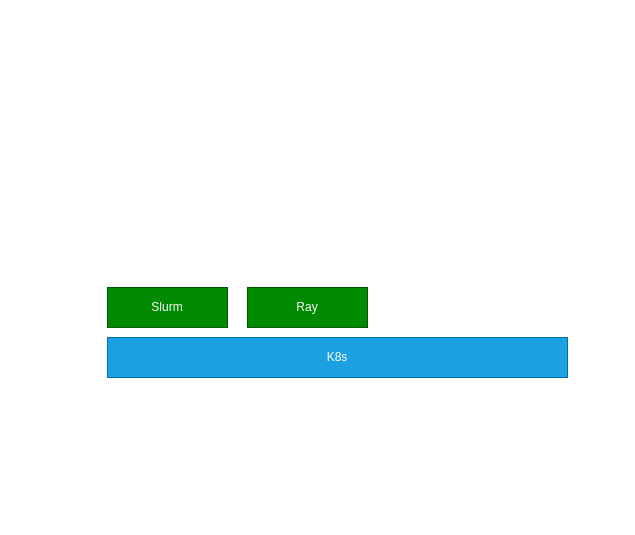
Earlier version of the draw.io diagram dbcloud.drawio (ganisback/draw.io). Source tidied: cells renumbered, new cells numbered last; positions are measured from the earlier drawing's top-left corner, leaving out a move shared by most shapes. Both pictures are drawn from the tidied source at 100%, with x=0, y=0 at pixel (107, 287).
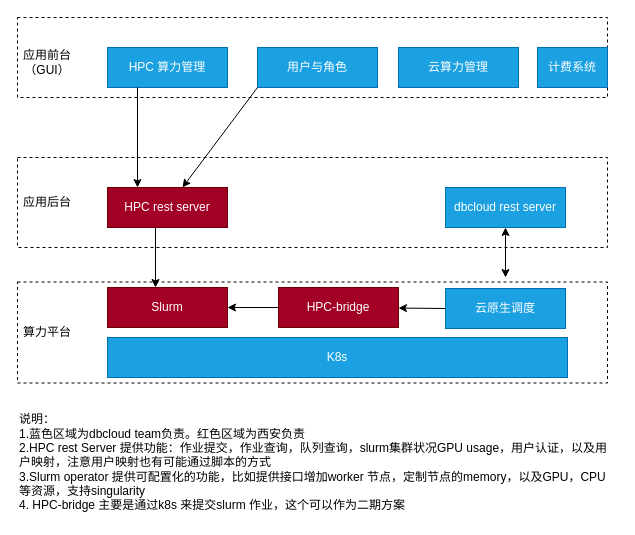
After the change.

The edit, as a diff of the source:
```diff
@@
+    <mxCell id="5" style="rounded=0;whiteSpace=wrap;html=1;dashed=1;" parent="1" vertex="1">
+      <mxGeometry x="-90" y="-5.5" width="590" height="101" as="geometry" />
+    </mxCell>
@@
-    <mxCell id="3" value="Slurm" style="rounded=0;whiteSpace=wrap;html=1;fillColor=#008a00;fontColor=#ffffff;strokeColor=#005700;" parent="1" vertex="1">
+    <mxCell id="3" value="Slurm" style="rounded=0;whiteSpace=wrap;html=1;fillColor=#a20025;fontColor=#ffffff;strokeColor=#6F0000;" parent="1" vertex="1">
       <mxGeometry width="120" height="40" as="geometry" />
     </mxCell>
-    <mxCell id="4" value="Ray" style="rounded=0;whiteSpace=wrap;html=1;fillColor=#008a00;fontColor=#ffffff;strokeColor=#005700;" parent="1" vertex="1">
-      <mxGeometry x="140" width="120" height="40" as="geometry" />
+    <mxCell id="4" value="HPC-bridge" style="rounded=0;whiteSpace=wrap;html=1;fillColor=#a20025;fontColor=#ffffff;strokeColor=#6F0000;" parent="1" vertex="1">
+      <mxGeometry x="171" width="120" height="40" as="geometry" />
     </mxCell>
+    <mxCell id="6" value="算力平台" style="text;html=1;strokeColor=none;fillColor=none;align=center;verticalAlign=middle;whiteSpace=wrap;rounded=0;" parent="1" vertex="1">
+      <mxGeometry x="-90" y="30" width="60" height="30" as="geometry" />
+    </mxCell>
+    <mxCell id="7" value="云原生调度" style="rounded=0;whiteSpace=wrap;html=1;fillColor=#1ba1e2;fontColor=#ffffff;strokeColor=#006EAF;" parent="1" vertex="1">
+      <mxGeometry x="338" y="1" width="120" height="40" as="geometry" />
+    </mxCell>
+    <mxCell id="8" style="rounded=0;whiteSpace=wrap;html=1;dashed=1;" parent="1" vertex="1">
+      <mxGeometry x="-90" y="-130" width="590" height="90" as="geometry" />
+    </mxCell>
+    <mxCell id="9" value="HPC rest server" style="rounded=0;whiteSpace=wrap;html=1;fillColor=#a20025;fontColor=#ffffff;strokeColor=#6F0000;" parent="1" vertex="1">
+      <mxGeometry y="-100" width="120" height="40" as="geometry" />
+    </mxCell>
+    <mxCell id="10" value="dbcloud rest server" style="rounded=0;whiteSpace=wrap;html=1;fillColor=#1ba1e2;fontColor=#ffffff;strokeColor=#006EAF;" parent="1" vertex="1">
+      <mxGeometry x="338" y="-100" width="120" height="40" as="geometry" />
+    </mxCell>
+    <mxCell id="11" style="endArrow=classic;startArrow=classic;html=1;rounded=0;entryX=0.5;entryY=1;entryDx=0;entryDy=0;" parent="1" edge="1" target="10">
+      <mxGeometry relative="1" as="geometry">
+        <mxPoint x="398" y="-10" as="sourcePoint" />
+      </mxGeometry>
+    </mxCell>
+    <mxCell id="12" value="应用后台" style="text;html=1;strokeColor=none;fillColor=none;align=center;verticalAlign=middle;whiteSpace=wrap;rounded=0;" parent="1" vertex="1">
+      <mxGeometry x="-90" y="-100" width="60" height="30" as="geometry" />
+    </mxCell>
+    <mxCell id="13" style="endArrow=classic;html=1;rounded=0;exitX=0;exitY=0.5;exitDx=0;exitDy=0;" parent="1" edge="1" source="7" target="4">
+      <mxGeometry relative="1" as="geometry" />
+    </mxCell>
+    <mxCell id="14" style="endArrow=classic;html=1;rounded=0;exitX=0;exitY=0.5;exitDx=0;exitDy=0;" parent="1" edge="1" source="4" target="3">
+      <mxGeometry relative="1" as="geometry" />
+    </mxCell>
+    <mxCell id="15" style="rounded=0;whiteSpace=wrap;html=1;dashed=1;" parent="1" vertex="1">
+      <mxGeometry x="-90" y="-270" width="590" height="80" as="geometry" />
+    </mxCell>
+    <mxCell id="16" value="HPC 算力管理" style="rounded=0;whiteSpace=wrap;html=1;fillColor=#1ba1e2;fontColor=#ffffff;strokeColor=#006EAF;" parent="1" vertex="1">
+      <mxGeometry y="-240" width="120" height="40" as="geometry" />
+    </mxCell>
+    <mxCell id="17" value="云算力管理" style="rounded=0;whiteSpace=wrap;html=1;fillColor=#1ba1e2;fontColor=#ffffff;strokeColor=#006EAF;" parent="1" vertex="1">
+      <mxGeometry x="291" y="-240" width="120" height="40" as="geometry" />
+    </mxCell>
+    <mxCell id="18" value="用户与角色" style="rounded=0;whiteSpace=wrap;html=1;fillColor=#1ba1e2;fontColor=#ffffff;strokeColor=#006EAF;" parent="1" vertex="1">
+      <mxGeometry x="150" y="-240" width="120" height="40" as="geometry" />
+    </mxCell>
+    <mxCell id="19" value="应用前台 （GUI）" style="text;html=1;strokeColor=none;fillColor=none;align=center;verticalAlign=middle;whiteSpace=wrap;rounded=0;" parent="1" vertex="1">
+      <mxGeometry x="-90" y="-240" width="60" height="30" as="geometry" />
+    </mxCell>
+    <mxCell id="20" value="计费系统" style="rounded=0;whiteSpace=wrap;html=1;fillColor=#1ba1e2;fontColor=#ffffff;strokeColor=#006EAF;" parent="1" vertex="1">
+      <mxGeometry x="430" y="-240" width="70" height="40" as="geometry" />
+    </mxCell>
+    <mxCell id="21" style="endArrow=classic;html=1;rounded=0;exitX=0.4;exitY=1;exitDx=0;exitDy=0;exitPerimeter=0;entryX=0.4;entryY=0;entryDx=0;entryDy=0;entryPerimeter=0;" parent="1" edge="1" source="9" target="3">
+      <mxGeometry relative="1" as="geometry" />
+    </mxCell>
+    <mxCell id="22" style="endArrow=classic;html=1;rounded=0;exitX=0.25;exitY=1;exitDx=0;exitDy=0;entryX=0.25;entryY=0;entryDx=0;entryDy=0;" parent="1" edge="1" source="16" target="9">
+      <mxGeometry relative="1" as="geometry" />
+    </mxCell>
+    <mxCell id="23" style="endArrow=classic;html=1;rounded=0;exitX=0;exitY=1;exitDx=0;exitDy=0;" parent="1" edge="1" source="18" target="9">
+      <mxGeometry relative="1" as="geometry" />
+    </mxCell>
+    <mxCell id="24" value="说明： &lt;br&gt;1.蓝色区域为dbcloud team负责。红色区域为西安负责&lt;br&gt;2.HPC rest Server 提供功能：作业提交，作业查询，队列查询，slurm集群状况GPU usage，用户认证，以及用户映射，注意用户映射也有可能通过脚本的方式&lt;br&gt;3.Slurm operator 提供可配置化的功能，比如提供接口增加worker 节点，定制节点的memory，以及GPU，CPU等资源，支持singularity&lt;br&gt;4. HPC-bridge 主要是通过k8s 来提交slurm 作业，这个可以作为二期方案" style="text;html=1;strokeColor=none;fillColor=none;align=left;verticalAlign=middle;whiteSpace=wrap;rounded=0;" parent="1" vertex="1">
+      <mxGeometry x="-90" y="120" width="600" height="110" as="geometry" />
+    </mxCell>
```
